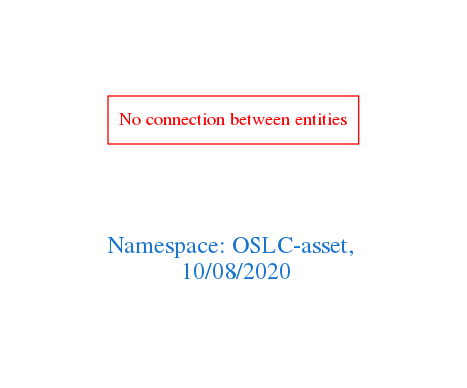
arago/OGIT keeps this Graphviz diagram as downloads/OSLC-asset.png. Above is the earlier version. Its source is kept beside it as downloads/OSLC-asset.dot.
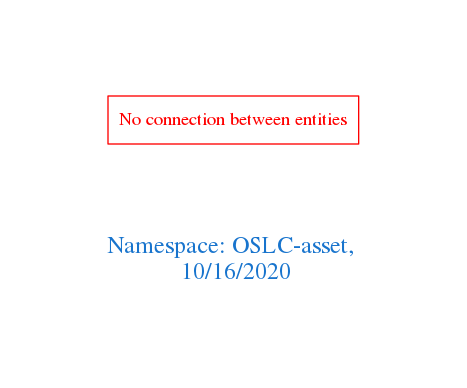
After the commit.

Diff of the diagram source:
```diff
@@ -1,7 +1,7 @@
 digraph OGIT_ontology {
  graph [ rankdir= LR,pad=1
 fontsize = 18,
-fontcolor= dodgerblue3,label = "\n\n\nNamespace: OSLC-asset, \n 10/08/2020"];
+fontcolor= dodgerblue3,label = "\n\n\nNamespace: OSLC-asset, \n 10/16/2020"];
 node[shape=polygon];
 edge [  color="gray81"];
 
```
